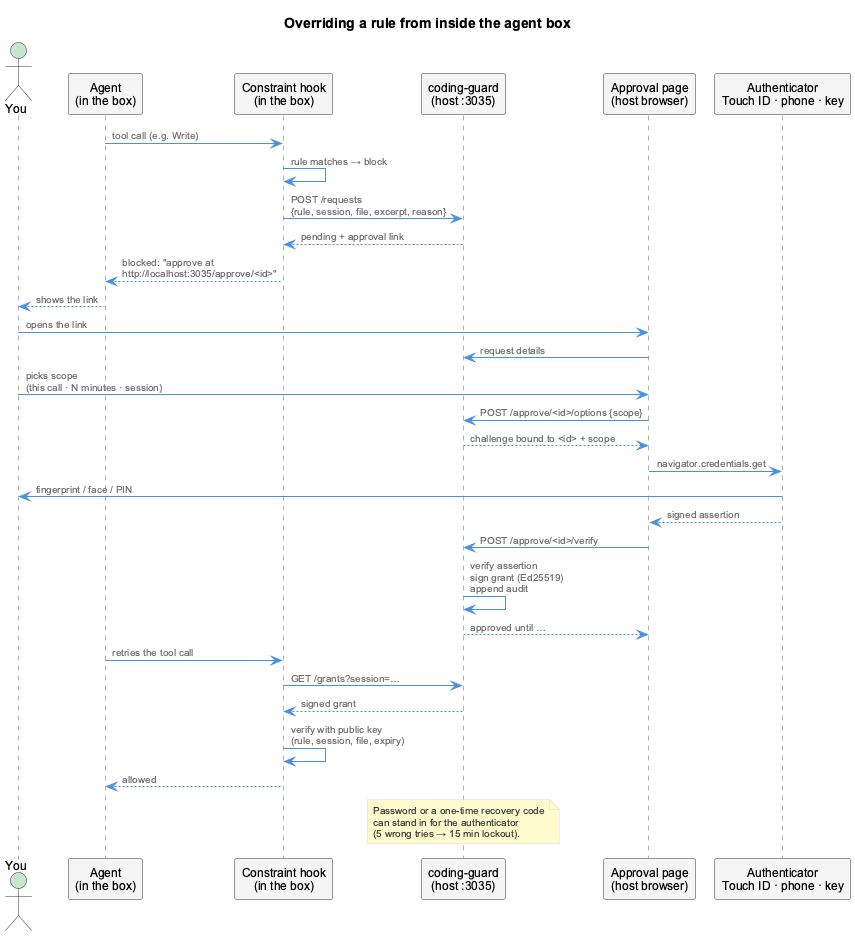
Above: docs-content/images/agent-box-override-flow.png in fwornle/coding (PlantUML), before the change.
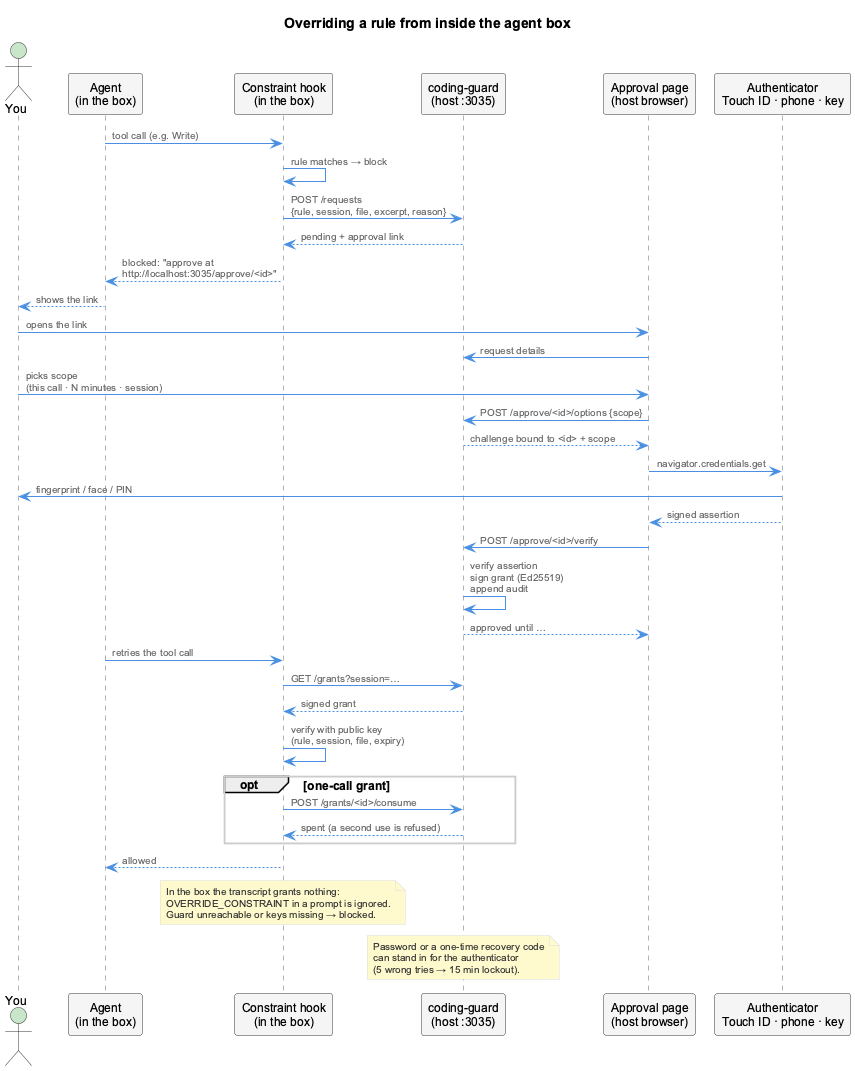
After the change.

Commit message:
feat(guard): the in-box hook honours only signed grants

What changed in the source:
```diff
@@ -33,7 +33,17 @@
 hook -> guard : GET /grants?session=…
 guard --> hook : signed grant
 hook -> hook : verify with public key\n(rule, session, file, expiry)
+opt one-call grant
+  hook -> guard : POST /grants/<id>/consume
+  guard --> hook : spent (a second use is refused)
+end
 hook --> agent : allowed
+
+note over hook
+  In the box the transcript grants nothing:
+  OVERRIDE_CONSTRAINT in a prompt is ignored.
+  Guard unreachable or keys missing → blocked.
+end note
 
 note over guard
   Password or a one-time recovery code
```
